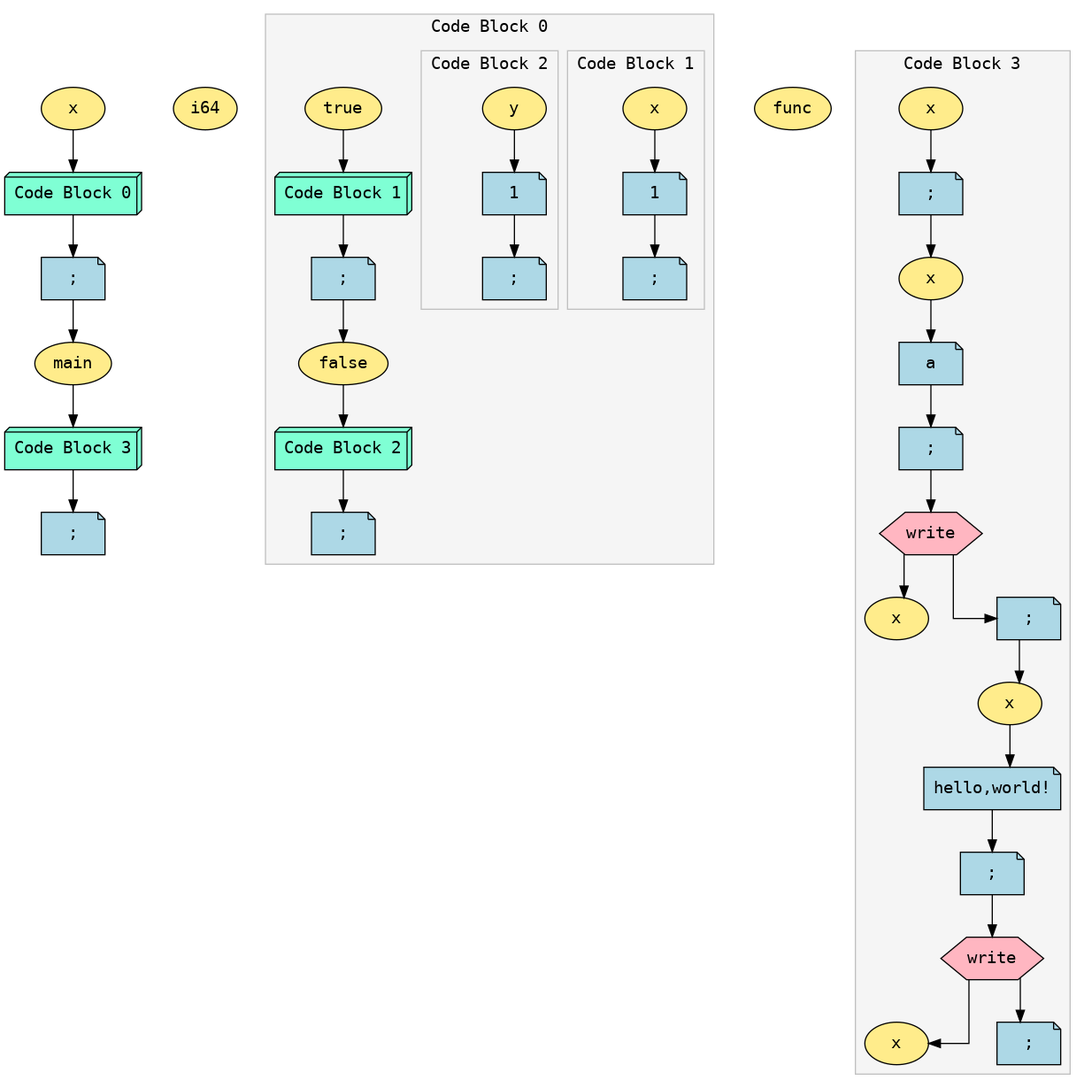
Above: ast.png in Soham-Metha/IICT_Segfault_2025 (Graphviz), before the change. Its source is kept beside it as ast.dot.
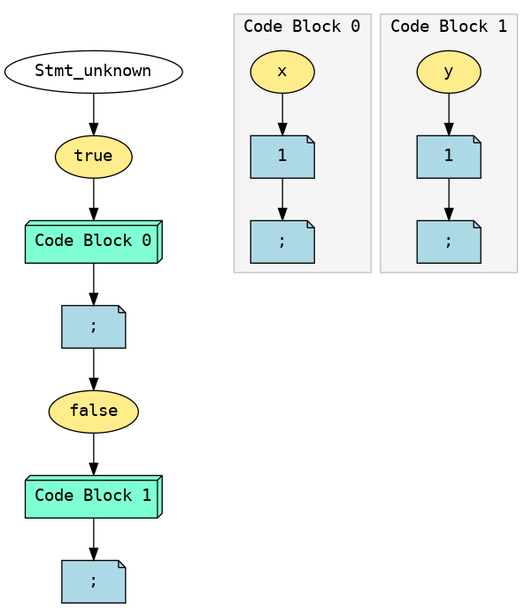
Above is the later version.

What changed in the source:
```diff
@@ -3,95 +3,41 @@
   nodesep=0.8;
   ranksep=0.5;
   node [fontname="Courier"];
-  Expr_0 [shape=ellipse style=filled fillcolor=lightgoldenrod1 fontname="Courier" label="x"];
-  Expr_1 [shape=ellipse style=filled fillcolor=lightgoldenrod1 fontname="Courier" label="i64"];
-  subgraph cluster_2 {
+  Expr_0 [label="Stmt_unknown"];
+  Expr_1 [shape=ellipse style=filled fillcolor=lightgoldenrod1 fontname="Courier" label="true"];
+  Expr_0 -> Expr_1;
+  subgraph cluster_3 {
     label="Code Block 0";
     style=filled;
     color=gray;
     fillcolor=whitesmoke;
     fontname="Courier";
-  Expr_3 [shape=ellipse style=filled fillcolor=lightgoldenrod1 fontname="Courier" label="true"];
-  subgraph cluster_5 {
+  Expr_4 [shape=ellipse style=filled fillcolor=lightgoldenrod1 fontname="Courier" label="x"];
+  Expr_5 [shape=note style=filled fillcolor=lightblue fontname="Courier" label="1"];
+  Expr_4 -> Expr_5;
+  Expr_6 [shape=note style=filled fillcolor=lightblue fontname="Courier" label=";"];
+  Expr_5 -> Expr_6;
+  }
+  Expr_3 [shape=box3d style=filled fillcolor=aquamarine fontname="Courier" label="Code Block 0"];
+  Expr_1 -> Expr_3;
+  Expr_7 [shape=note style=filled fillcolor=lightblue fontname="Courier" label=";"];
+  Expr_3 -> Expr_7;
+  Expr_8 [shape=ellipse style=filled fillcolor=lightgoldenrod1 fontname="Courier" label="false"];
+  Expr_7 -> Expr_8;
+  subgraph cluster_10 {
     label="Code Block 1";
     style=filled;
     color=gray;
     fillcolor=whitesmoke;
     fontname="Courier";
-  Expr_6 [shape=ellipse style=filled fillcolor=lightgoldenrod1 fontname="Courier" label="x"];
-  Expr_7 [shape=note style=filled fillcolor=lightblue fontname="Courier" label="1"];
-  Expr_6 -> Expr_7;
-  Expr_8 [shape=note style=filled fillcolor=lightblue fontname="Courier" label=";"];
-  Expr_7 -> Expr_8;
+  Expr_11 [shape=ellipse style=filled fillcolor=lightgoldenrod1 fontname="Courier" label="y"];
+  Expr_12 [shape=note style=filled fillcolor=lightblue fontname="Courier" label="1"];
+  Expr_11 -> Expr_12;
+  Expr_13 [shape=note style=filled fillcolor=lightblue fontname="Courier" label=";"];
+  Expr_12 -> Expr_13;
   }
-  Expr_5 [shape=box3d style=filled fillcolor=aquamarine fontname="Courier" label="Code Block 1"];
-  Expr_3 -> Expr_5;
-  Expr_9 [shape=note style=filled fillcolor=lightblue fontname="Courier" label=";"];
-  Expr_5 -> Expr_9;
-  Expr_10 [shape=ellipse style=filled fillcolor=lightgoldenrod1 fontname="Courier" label="false"];
-  Expr_9 -> Expr_10;
-  subgraph cluster_12 {
-    label="Code Block 2";
-    style=filled;
-    color=gray;
-    fillcolor=whitesmoke;
-    fontname="Courier";
-  Expr_13 [shape=ellipse style=filled fillcolor=lightgoldenrod1 fontname="Courier" label="y"];
-  Expr_14 [shape=note style=filled fillcolor=lightblue fontname="Courier" label="1"];
-  Expr_13 -> Expr_14;
-  Expr_15 [shape=note style=filled fillcolor=lightblue fontname="Courier" label=";"];
-  Expr_14 -> Expr_15;
-  }
-  Expr_12 [shape=box3d style=filled fillcolor=aquamarine fontname="Courier" label="Code Block 2"];
-  Expr_10 -> Expr_12;
-  Expr_16 [shape=note style=filled fillcolor=lightblue fontname="Courier" label=";"];
-  Expr_12 -> Expr_16;
-  }
-  Expr_2 [shape=box3d style=filled fillcolor=aquamarine fontname="Courier" label="Code Block 0"];
-  Expr_0 -> Expr_2;
-  Expr_17 [shape=note style=filled fillcolor=lightblue fontname="Courier" label=";"];
-  Expr_2 -> Expr_17;
-  Expr_18 [shape=ellipse style=filled fillcolor=lightgoldenrod1 fontname="Courier" label="main"];
-  Expr_19 [shape=ellipse style=filled fillcolor=lightgoldenrod1 fontname="Courier" label="func"];
-  Expr_17 -> Expr_18;
-  subgraph cluster_20 {
-    label="Code Block 3";
-    style=filled;
-    color=gray;
-    fillcolor=whitesmoke;
-    fontname="Courier";
-  Expr_21 [shape=ellipse style=filled fillcolor=lightgoldenrod1 fontname="Courier" label="x"];
-  Expr_22 [shape=ellipse style=filled fillcolor=lightgoldenrod1 fontname="Courier" label="char"];
-  Expr_22 [shape=note style=filled fillcolor=lightblue fontname="Courier" label=";"];
-  Expr_21 -> Expr_22;
-  Expr_23 [shape=ellipse style=filled fillcolor=lightgoldenrod1 fontname="Courier" label="x"];
-  Expr_22 -> Expr_23;
-  Expr_24 [shape=note style=filled fillcolor=lightblue fontname="Courier" label="a"];
-  Expr_23 -> Expr_24;
-  Expr_25 [shape=note style=filled fillcolor=lightblue fontname="Courier" label=";"];
-  Expr_24 -> Expr_25;
-  Expr_26 [shape=hexagon style=filled fillcolor=lightpink fontname="Courier" label="write"];
-  Expr_27 [shape=ellipse style=filled fillcolor=lightgoldenrod1 fontname="Courier" label="x"];
-  Expr_26 -> Expr_27;
-  Expr_25 -> Expr_26;
-  Expr_28 [shape=note style=filled fillcolor=lightblue fontname="Courier" label=";"];
-  Expr_26 -> Expr_28;
-  Expr_29 [shape=ellipse style=filled fillcolor=lightgoldenrod1 fontname="Courier" label="x"];
-  Expr_30 [shape=ellipse style=filled fillcolor=lightgoldenrod1 fontname="Courier" label="str"];
-  Expr_28 -> Expr_29;
-  Expr_30 [shape=note style=filled fillcolor=lightblue fontname="Courier" label="hello,world!"];
-  Expr_29 -> Expr_30;
-  Expr_31 [shape=note style=filled fillcolor=lightblue fontname="Courier" label=";"];
-  Expr_30 -> Expr_31;
-  Expr_32 [shape=hexagon style=filled fillcolor=lightpink fontname="Courier" label="write"];
-  Expr_33 [shape=ellipse style=filled fillcolor=lightgoldenrod1 fontname="Courier" label="x"];
-  Expr_32 -> Expr_33;
-  Expr_31 -> Expr_32;
-  Expr_34 [shape=note style=filled fillcolor=lightblue fontname="Courier" label=";"];
-  Expr_32 -> Expr_34;
-  }
-  Expr_20 [shape=box3d style=filled fillcolor=aquamarine fontname="Courier" label="Code Block 3"];
-  Expr_18 -> Expr_20;
-  Expr_35 [shape=note style=filled fillcolor=lightblue fontname="Courier" label=";"];
-  Expr_20 -> Expr_35;
+  Expr_10 [shape=box3d style=filled fillcolor=aquamarine fontname="Courier" label="Code Block 1"];
+  Expr_8 -> Expr_10;
+  Expr_14 [shape=note style=filled fillcolor=lightblue fontname="Courier" label=";"];
+  Expr_10 -> Expr_14;
 }
```
